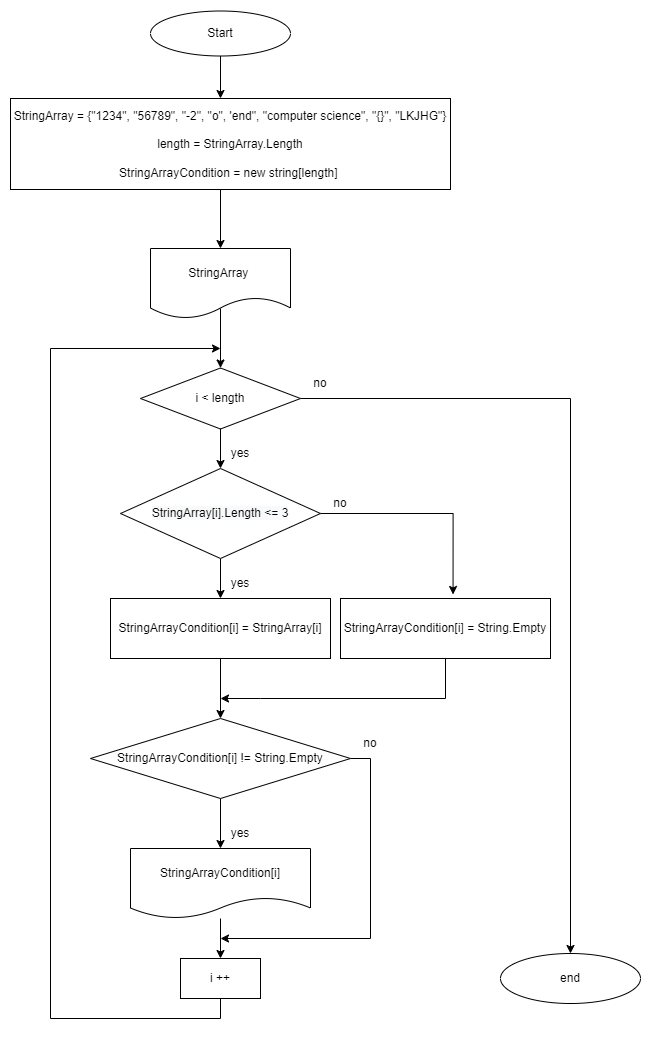
The draw.io diagram Diagram-FinalProject.png in EkaterinaGugina/Final_Project_1quart, before a commit. Source tidied: cells renumbered, new cells last; positions are measured from the earlier drawing's top-left corner, leaving out a move shared by most shapes.
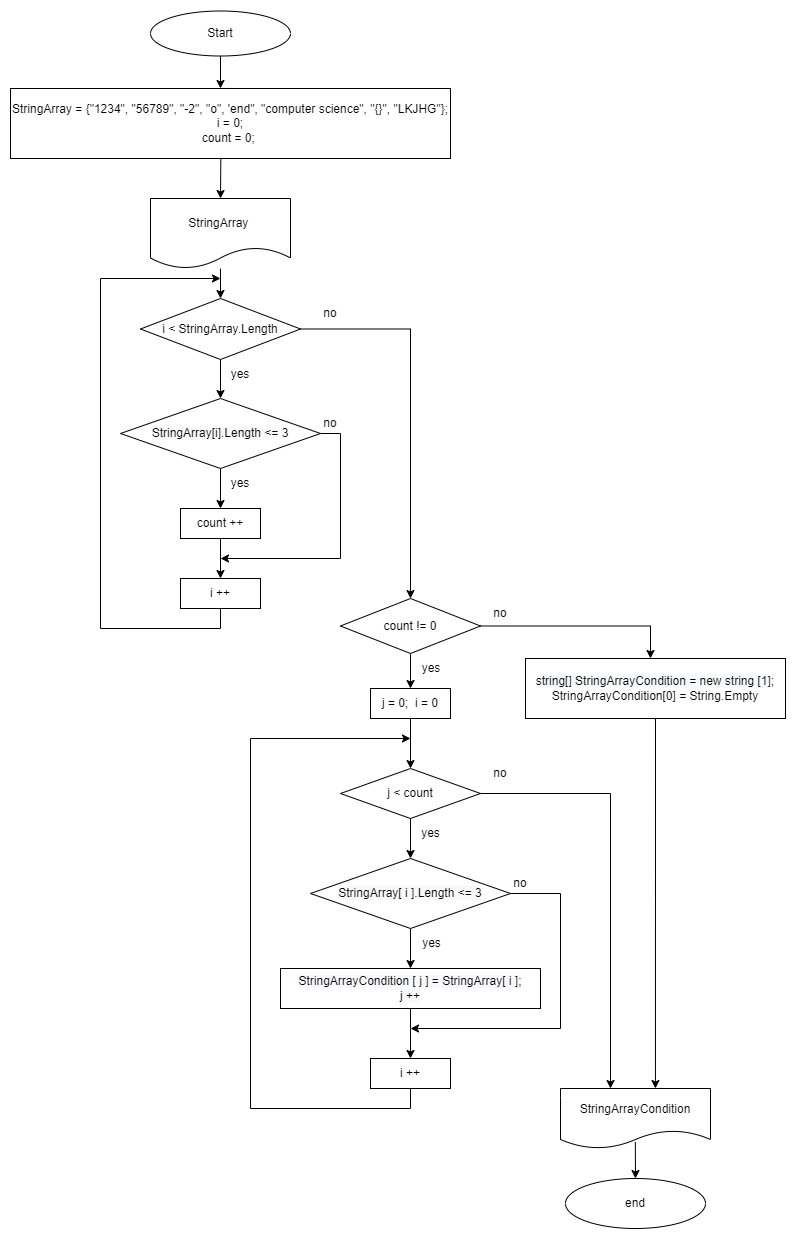
After the commit.

Diff of the diagram source:
```diff
@@ -4,7 +4,7 @@
     <mxCell id="1" parent="0" />
     <mxCell id="2" style="edgeStyle=orthogonalEdgeStyle;rounded=0;jettySize=auto;html=1;" parent="1" edge="1" source="3">
       <mxGeometry relative="1" as="geometry">
-        <mxPoint x="210" y="88" as="targetPoint" />
+        <mxPoint x="210" y="78" as="targetPoint" />
       </mxGeometry>
     </mxCell>
     <mxCell id="3" style="ellipse;whiteSpace=wrap;html=1;" parent="1" vertex="1">
@@ -13,130 +13,193 @@
     <mxCell id="4" value="Start" style="text;html=1;strokeColor=none;fillColor=none;align=center;verticalAlign=middle;whiteSpace=wrap;rounded=0;" parent="1" vertex="1">
       <mxGeometry x="180" y="8" width="60" height="30" as="geometry" />
     </mxCell>
-    <mxCell id="5" style="edgeStyle=orthogonalEdgeStyle;rounded=0;jettySize=auto;html=1;" parent="1" edge="1" target="10">
-      <mxGeometry relative="1" as="geometry">
-        <mxPoint x="210" y="298" as="sourcePoint" />
-      </mxGeometry>
-    </mxCell>
-    <mxCell id="6" style="edgeStyle=orthogonalEdgeStyle;rounded=0;jettySize=auto;html=1;exitX=0.5;exitY=1;exitDx=0;exitDy=0;entryX=0.5;entryY=0;entryDx=0;entryDy=0;" parent="1" edge="1" source="7" target="34">
-      <mxGeometry relative="1" as="geometry">
-        <Array as="points">
-          <mxPoint x="210" y="179" />
-        </Array>
-      </mxGeometry>
+    <mxCell id="6" style="edgeStyle=orthogonalEdgeStyle;rounded=0;jettySize=auto;html=1;exitX=0.478;exitY=1.002;exitDx=0;exitDy=0;entryX=0.5;entryY=0;entryDx=0;entryDy=0;fontSize=12;exitPerimeter=0;" parent="1" edge="1" source="7" target="34">
+      <mxGeometry relative="1" as="geometry" />
     </mxCell>
-    <mxCell id="7" value="StringArray = {&quot;1234&quot;, &quot;56789&quot;, &quot;-2&quot;, &quot;o&quot;, 'end&quot;, &quot;computer science&quot;, &quot;{}&quot;, &quot;LKJHG&quot;}&lt;br&gt;&lt;br&gt;length = StringArray.Length&lt;br&gt;&lt;br&gt;StringArrayCondition = new string[length]&amp;nbsp;" style="whiteSpace=wrap;html=1;" parent="1" vertex="1">
-      <mxGeometry y="88" width="440" height="91" as="geometry" />
+    <mxCell id="7" value="StringArray = {&quot;1234&quot;, &quot;56789&quot;, &quot;-2&quot;, &quot;o&quot;, 'end&quot;, &quot;computer science&quot;, &quot;{}&quot;, &quot;LKJHG&quot;};&lt;br&gt;i = 0;&lt;br&gt;count = 0;&amp;nbsp;" style="whiteSpace=wrap;html=1;" parent="1" vertex="1">
+      <mxGeometry y="78" width="440" height="70" as="geometry" />
     </mxCell>
     <mxCell id="8" style="edgeStyle=orthogonalEdgeStyle;rounded=0;jettySize=auto;html=1;" parent="1" edge="1" source="10" target="17">
       <mxGeometry relative="1" as="geometry" />
     </mxCell>
-    <mxCell id="9" style="edgeStyle=orthogonalEdgeStyle;rounded=0;jettySize=auto;html=1;exitX=1;exitY=0.5;exitDx=0;exitDy=0;entryX=0.5;entryY=0;entryDx=0;entryDy=0;" parent="1" edge="1" source="10" target="27">
+    <mxCell id="9" style="edgeStyle=orthogonalEdgeStyle;rounded=0;jettySize=auto;html=1;exitX=1;exitY=0.5;exitDx=0;exitDy=0;entryX=0.5;entryY=0;entryDx=0;entryDy=0;" parent="1" edge="1" source="10" target="26">
       <mxGeometry relative="1" as="geometry">
         <Array as="points">
-          <mxPoint x="560" y="388" />
+          <mxPoint x="400" y="319" />
         </Array>
       </mxGeometry>
     </mxCell>
-    <mxCell id="10" style="rhombus;whiteSpace=wrap;html=1;" parent="1" vertex="1">
-      <mxGeometry x="130" y="357.5" width="160" height="61" as="geometry" />
-    </mxCell>
-    <mxCell id="11" value="i &amp;lt; length" style="text;html=1;strokeColor=none;fillColor=none;align=center;verticalAlign=middle;whiteSpace=wrap;rounded=0;" parent="1" vertex="1">
-      <mxGeometry x="180" y="372.5" width="60" height="30" as="geometry" />
-    </mxCell>
     <mxCell id="12" style="edgeStyle=orthogonalEdgeStyle;rounded=0;orthogonalLoop=1;jettySize=auto;html=1;exitX=0.5;exitY=1;exitDx=0;exitDy=0;" parent="1" edge="1" source="10" target="10">
       <mxGeometry relative="1" as="geometry" />
     </mxCell>
     <mxCell id="13" value="yes" style="text;html=1;strokeColor=none;fillColor=none;align=center;verticalAlign=middle;whiteSpace=wrap;rounded=0;" parent="1" vertex="1">
-      <mxGeometry x="200" y="428" width="60" height="30" as="geometry" />
+      <mxGeometry x="200" y="349" width="60" height="30" as="geometry" />
     </mxCell>
     <mxCell id="14" value="no" style="text;html=1;strokeColor=none;fillColor=none;align=center;verticalAlign=middle;whiteSpace=wrap;rounded=0;" parent="1" vertex="1">
-      <mxGeometry x="280" y="357.5" width="60" height="30" as="geometry" />
+      <mxGeometry x="290" y="288" width="60" height="30" as="geometry" />
     </mxCell>
     <mxCell id="15" style="edgeStyle=orthogonalEdgeStyle;rounded=0;jettySize=auto;html=1;exitX=0.5;exitY=1;exitDx=0;exitDy=0;entryX=0.5;entryY=0;entryDx=0;entryDy=0;" parent="1" edge="1" source="17" target="21">
       <mxGeometry relative="1" as="geometry" />
     </mxCell>
-    <mxCell id="16" style="edgeStyle=orthogonalEdgeStyle;rounded=0;jettySize=auto;html=1;exitX=1;exitY=0.5;exitDx=0;exitDy=0;entryX=0.536;entryY=-0.067;entryDx=0;entryDy=0;entryPerimeter=0;" parent="1" edge="1" source="17" target="23">
-      <mxGeometry relative="1" as="geometry">
-        <Array as="points">
-          <mxPoint x="443" y="503" />
-        </Array>
-      </mxGeometry>
-    </mxCell>
+    <mxCell id="35" style="edgeStyle=orthogonalEdgeStyle;rounded=0;jettySize=auto;html=1;exitX=1;exitY=0.5;exitDx=0;exitDy=0;fontSize=12;" parent="1" edge="1" source="17">
+      <mxGeometry relative="1" as="geometry">
+        <mxPoint x="210" y="548" as="targetPoint" />
+        <Array as="points">
+          <mxPoint x="330" y="423" />
+          <mxPoint x="330" y="548" />
+        </Array>
+      </mxGeometry>
+    </mxCell>
     <mxCell id="17" value="&lt;span style=&quot;color: rgb(0, 0, 0); font-family: Helvetica; font-size: 12px; font-style: normal; font-variant-ligatures: normal; font-variant-caps: normal; font-weight: 400; letter-spacing: normal; orphans: 2; text-align: center; text-indent: 0px; text-transform: none; widows: 2; word-spacing: 0px; -webkit-text-stroke-width: 0px; background-color: rgb(248, 249, 250); text-decoration-thickness: initial; text-decoration-style: initial; text-decoration-color: initial; float: none; display: inline !important;&quot;&gt;StringArray[i].Length &amp;lt;= 3&lt;/span&gt;" style="rhombus;whiteSpace=wrap;html=1;" parent="1" vertex="1">
-      <mxGeometry x="110" y="458" width="200" height="90" as="geometry" />
+      <mxGeometry x="110" y="388" width="200" height="70" as="geometry" />
     </mxCell>
     <mxCell id="18" value="yes" style="text;html=1;strokeColor=none;fillColor=none;align=center;verticalAlign=middle;whiteSpace=wrap;rounded=0;" parent="1" vertex="1">
-      <mxGeometry x="200" y="558" width="60" height="30" as="geometry" />
+      <mxGeometry x="200" y="458" width="60" height="30" as="geometry" />
     </mxCell>
     <mxCell id="19" value="no" style="text;html=1;strokeColor=none;fillColor=none;align=center;verticalAlign=middle;whiteSpace=wrap;rounded=0;" parent="1" vertex="1">
-      <mxGeometry x="300" y="478" width="60" height="30" as="geometry" />
+      <mxGeometry x="290" y="398" width="60" height="30" as="geometry" />
     </mxCell>
-    <mxCell id="20" style="edgeStyle=orthogonalEdgeStyle;rounded=0;jettySize=auto;html=1;exitX=0.5;exitY=1;exitDx=0;exitDy=0;entryX=0.5;entryY=0;entryDx=0;entryDy=0;" parent="1" edge="1" source="21" target="26">
-      <mxGeometry relative="1" as="geometry" />
-    </mxCell>
+    <mxCell id="36" style="edgeStyle=orthogonalEdgeStyle;rounded=0;jettySize=auto;html=1;exitX=0.5;exitY=1;exitDx=0;exitDy=0;entryX=0.5;entryY=0;entryDx=0;entryDy=0;fontSize=12;" parent="1" edge="1" source="21" target="49">
+      <mxGeometry relative="1" as="geometry" />
+    </mxCell>
-    <mxCell id="21" value="StringArrayCondition[i] = StringArray[i]" style="rounded=0;whiteSpace=wrap;html=1;" parent="1" vertex="1">
-      <mxGeometry x="100" y="588" width="220" height="60" as="geometry" />
+    <mxCell id="21" value="count ++" style="rounded=0;whiteSpace=wrap;html=1;" parent="1" vertex="1">
+      <mxGeometry x="170" y="498" width="80" height="30" as="geometry" />
     </mxCell>
-    <mxCell id="22" style="edgeStyle=orthogonalEdgeStyle;rounded=0;jettySize=auto;html=1;exitX=0.5;exitY=1;exitDx=0;exitDy=0;" parent="1" edge="1" source="23">
-      <mxGeometry relative="1" as="geometry">
-        <mxPoint x="210" y="688" as="targetPoint" />
-        <Array as="points">
-          <mxPoint x="435" y="688" />
-          <mxPoint x="250" y="688" />
-        </Array>
-      </mxGeometry>
-    </mxCell>
-    <mxCell id="23" value="StringArrayCondition[i] = String.Empty" style="rounded=0;whiteSpace=wrap;html=1;" parent="1" vertex="1">
-      <mxGeometry x="330" y="588" width="210" height="60" as="geometry" />
-    </mxCell>
-    <mxCell id="24" style="edgeStyle=orthogonalEdgeStyle;rounded=0;jettySize=auto;html=1;entryX=0.5;entryY=0;entryDx=0;entryDy=0;" parent="1" edge="1" source="26" target="31">
-      <mxGeometry relative="1" as="geometry" />
-    </mxCell>
-    <mxCell id="25" style="edgeStyle=orthogonalEdgeStyle;rounded=0;jettySize=auto;html=1;exitX=1;exitY=0.5;exitDx=0;exitDy=0;" parent="1" edge="1" source="26">
-      <mxGeometry relative="1" as="geometry">
-        <mxPoint x="210" y="928" as="targetPoint" />
-        <Array as="points">
-          <mxPoint x="360" y="748" />
-          <mxPoint x="360" y="928" />
-        </Array>
-      </mxGeometry>
-    </mxCell>
+    <mxCell id="37" style="edgeStyle=orthogonalEdgeStyle;rounded=0;jettySize=auto;html=1;" parent="1" edge="1" source="26">
+      <mxGeometry relative="1" as="geometry">
+        <mxPoint x="400" y="678" as="targetPoint" />
+      </mxGeometry>
+    </mxCell>
+    <mxCell id="38" style="edgeStyle=orthogonalEdgeStyle;rounded=0;jettySize=auto;html=1;exitX=1;exitY=0.5;exitDx=0;exitDy=0;fontSize=12;" parent="1" edge="1" source="26">
+      <mxGeometry relative="1" as="geometry">
+        <mxPoint x="640" y="648" as="targetPoint" />
+        <Array as="points">
+          <mxPoint x="640" y="616" />
+        </Array>
+      </mxGeometry>
+    </mxCell>
-    <mxCell id="26" value="StringArrayCondition[i] != String.Empty" style="rhombus;whiteSpace=wrap;html=1;" parent="1" vertex="1">
-      <mxGeometry x="80" y="708" width="260" height="80" as="geometry" />
+    <mxCell id="26" value="count != 0" style="rhombus;whiteSpace=wrap;html=1;" parent="1" vertex="1">
+      <mxGeometry x="330" y="588" width="140" height="55" as="geometry" />
     </mxCell>
     <mxCell id="27" value="end" style="ellipse;whiteSpace=wrap;html=1;" parent="1" vertex="1">
-      <mxGeometry x="490" y="943" width="140" height="50" as="geometry" />
+      <mxGeometry x="555" y="1168" width="140" height="50" as="geometry" />
     </mxCell>
-    <mxCell id="28" value="yes" style="text;html=1;strokeColor=none;fillColor=none;align=center;verticalAlign=middle;whiteSpace=wrap;rounded=0;" parent="1" vertex="1">
-      <mxGeometry x="200" y="808" width="60" height="30" as="geometry" />
-    </mxCell>
     <mxCell id="29" value="no" style="text;html=1;strokeColor=none;fillColor=none;align=center;verticalAlign=middle;whiteSpace=wrap;rounded=0;" parent="1" vertex="1">
-      <mxGeometry x="330" y="718" width="60" height="30" as="geometry" />
+      <mxGeometry x="460" y="588" width="60" height="30" as="geometry" />
     </mxCell>
-    <mxCell id="30" style="edgeStyle=orthogonalEdgeStyle;rounded=0;jettySize=auto;html=1;" parent="1" edge="1" source="31">
-      <mxGeometry relative="1" as="geometry">
-        <mxPoint x="210" y="948" as="targetPoint" />
-      </mxGeometry>
-    </mxCell>
+    <mxCell id="39" style="edgeStyle=orthogonalEdgeStyle;rounded=0;jettySize=auto;html=1;fontSize=12;exitX=0.499;exitY=0.891;exitDx=0;exitDy=0;exitPerimeter=0;entryX=0.5;entryY=0;entryDx=0;entryDy=0;" parent="1" edge="1" source="31" target="27">
+      <mxGeometry relative="1" as="geometry" />
+    </mxCell>
-    <mxCell id="31" value="StringArrayCondition[i]" style="shape=document;whiteSpace=wrap;html=1;boundedLbl=1;" parent="1" vertex="1">
-      <mxGeometry x="120" y="838" width="180" height="70" as="geometry" />
+    <mxCell id="31" value="StringArrayCondition" style="shape=document;whiteSpace=wrap;html=1;boundedLbl=1;" parent="1" vertex="1">
+      <mxGeometry x="550" y="1078" width="150" height="60" as="geometry" />
     </mxCell>
-    <mxCell id="32" style="edgeStyle=orthogonalEdgeStyle;rounded=0;jettySize=auto;html=1;" parent="1" edge="1" source="33">
-      <mxGeometry relative="1" as="geometry">
-        <mxPoint x="210" y="338" as="targetPoint" />
-        <Array as="points">
-          <mxPoint x="210" y="1008" />
-          <mxPoint x="40" y="1008" />
-          <mxPoint x="40" y="338" />
-        </Array>
-      </mxGeometry>
-    </mxCell>
+    <mxCell id="40" style="edgeStyle=orthogonalEdgeStyle;rounded=0;jettySize=auto;html=1;" parent="1" edge="1" source="33">
+      <mxGeometry relative="1" as="geometry">
+        <mxPoint x="400" y="758" as="targetPoint" />
+      </mxGeometry>
+    </mxCell>
-    <mxCell id="33" value="i ++" style="rounded=0;whiteSpace=wrap;html=1;" parent="1" vertex="1">
-      <mxGeometry x="170" y="948" width="80" height="40" as="geometry" />
+    <mxCell id="33" value="j = 0;&amp;nbsp; i = 0" style="rounded=0;whiteSpace=wrap;html=1;" parent="1" vertex="1">
+      <mxGeometry x="360" y="678" width="80" height="30" as="geometry" />
     </mxCell>
+    <mxCell id="41" style="edgeStyle=orthogonalEdgeStyle;rounded=0;jettySize=auto;html=1;fontSize=12;" parent="1" edge="1" source="34" target="10">
+      <mxGeometry relative="1" as="geometry" />
+    </mxCell>
     <mxCell id="34" value="StringArray&amp;nbsp;" style="shape=document;whiteSpace=wrap;html=1;boundedLbl=1;" parent="1" vertex="1">
-      <mxGeometry x="140" y="238" width="140" height="70" as="geometry" />
+      <mxGeometry x="140" y="188" width="140" height="70" as="geometry" />
     </mxCell>
+    <mxCell id="42" style="edgeStyle=orthogonalEdgeStyle;rounded=0;jettySize=auto;html=1;entryX=0.5;entryY=0;entryDx=0;entryDy=0;" parent="1" edge="1" source="44" target="54">
+      <mxGeometry relative="1" as="geometry" />
+    </mxCell>
+    <mxCell id="43" style="edgeStyle=orthogonalEdgeStyle;rounded=0;jettySize=auto;html=1;exitX=1;exitY=0.5;exitDx=0;exitDy=0;fontSize=12;" parent="1" edge="1" source="44">
+      <mxGeometry relative="1" as="geometry">
+        <mxPoint x="600" y="1078" as="targetPoint" />
+        <Array as="points">
+          <mxPoint x="600" y="783" />
+        </Array>
+      </mxGeometry>
+    </mxCell>
+    <mxCell id="44" value="j &amp;lt; count" style="rhombus;whiteSpace=wrap;html=1;" parent="1" vertex="1">
+      <mxGeometry x="330" y="758" width="140" height="50" as="geometry" />
+    </mxCell>
+    <mxCell id="45" value="no" style="text;html=1;strokeColor=none;fillColor=none;align=center;verticalAlign=middle;whiteSpace=wrap;rounded=0;" parent="1" vertex="1">
+      <mxGeometry x="480" y="858" width="60" height="30" as="geometry" />
+    </mxCell>
+    <mxCell id="46" value="yes" style="text;html=1;strokeColor=none;fillColor=none;align=center;verticalAlign=middle;whiteSpace=wrap;rounded=0;" parent="1" vertex="1">
+      <mxGeometry x="390" y="808" width="61" height="30" as="geometry" />
+    </mxCell>
+    <mxCell id="47" value="yes" style="text;html=1;strokeColor=none;fillColor=none;align=center;verticalAlign=middle;whiteSpace=wrap;rounded=0;" parent="1" vertex="1">
+      <mxGeometry x="391" y="643" width="60" height="30" as="geometry" />
+    </mxCell>
+    <mxCell id="48" style="edgeStyle=orthogonalEdgeStyle;rounded=0;jettySize=auto;html=1;exitX=0.5;exitY=1;exitDx=0;exitDy=0;fontSize=12;" parent="1" edge="1" source="49">
+      <mxGeometry relative="1" as="geometry">
+        <mxPoint x="210" y="268" as="targetPoint" />
+        <Array as="points">
+          <mxPoint x="210" y="618" />
+          <mxPoint x="90" y="618" />
+          <mxPoint x="90" y="268" />
+        </Array>
+      </mxGeometry>
+    </mxCell>
+    <mxCell id="49" value="i ++" style="rounded=0;whiteSpace=wrap;html=1;" parent="1" vertex="1">
+      <mxGeometry x="170" y="568" width="80" height="30" as="geometry" />
+    </mxCell>
+    <mxCell id="50" style="edgeStyle=orthogonalEdgeStyle;rounded=0;jettySize=auto;html=1;exitX=0.5;exitY=1;exitDx=0;exitDy=0;fontSize=12;entryX=0.633;entryY=0;entryDx=0;entryDy=0;entryPerimeter=0;" parent="1" edge="1" source="51" target="31">
+      <mxGeometry relative="1" as="geometry" />
+    </mxCell>
+    <mxCell id="51" value="&lt;span style=&quot;color: rgb(0, 0, 0); font-family: Helvetica; font-size: 12px; font-style: normal; font-variant-ligatures: normal; font-variant-caps: normal; font-weight: 400; letter-spacing: normal; orphans: 2; text-align: center; text-indent: 0px; text-transform: none; widows: 2; word-spacing: 0px; -webkit-text-stroke-width: 0px; background-color: rgb(248, 249, 250); text-decoration-thickness: initial; text-decoration-style: initial; text-decoration-color: initial; float: none; display: inline !important;&quot;&gt;string[] StringArrayCondition = new string [1];&lt;br&gt;&lt;/span&gt;StringArrayCondition[0] = String.Empty" style="rounded=0;whiteSpace=wrap;html=1;" parent="1" vertex="1">
+      <mxGeometry x="515" y="648" width="260" height="60" as="geometry" />
+    </mxCell>
+    <mxCell id="52" style="edgeStyle=orthogonalEdgeStyle;rounded=0;jettySize=auto;html=1;" parent="1" edge="1" source="54">
+      <mxGeometry relative="1" as="geometry">
+        <mxPoint x="400" y="1018" as="targetPoint" />
+        <Array as="points">
+          <mxPoint x="550" y="883" />
+          <mxPoint x="550" y="1018" />
+          <mxPoint x="400" y="1018" />
+        </Array>
+      </mxGeometry>
+    </mxCell>
+    <mxCell id="53" style="edgeStyle=orthogonalEdgeStyle;rounded=0;jettySize=auto;html=1;" parent="1" edge="1" source="54">
+      <mxGeometry relative="1" as="geometry">
+        <mxPoint x="400" y="958" as="targetPoint" />
+      </mxGeometry>
+    </mxCell>
+    <mxCell id="54" value="&lt;span style=&quot;color: rgb(0, 0, 0); font-family: Helvetica; font-size: 12px; font-style: normal; font-variant-ligatures: normal; font-variant-caps: normal; font-weight: 400; letter-spacing: normal; orphans: 2; text-align: center; text-indent: 0px; text-transform: none; widows: 2; word-spacing: 0px; -webkit-text-stroke-width: 0px; background-color: rgb(248, 249, 250); text-decoration-thickness: initial; text-decoration-style: initial; text-decoration-color: initial; float: none; display: inline !important;&quot;&gt;StringArray[ i ].Length &amp;lt;= 3&lt;/span&gt;" style="rhombus;whiteSpace=wrap;html=1;" parent="1" vertex="1">
+      <mxGeometry x="300" y="848" width="200" height="70" as="geometry" />
+    </mxCell>
+    <mxCell id="55" style="edgeStyle=orthogonalEdgeStyle;rounded=0;jettySize=auto;html=1;fontSize=12;" parent="1" edge="1" source="56">
+      <mxGeometry relative="1" as="geometry">
+        <mxPoint x="400" y="1048" as="targetPoint" />
+        <Array as="points">
+          <mxPoint x="400" y="1018" />
+          <mxPoint x="400" y="1018" />
+        </Array>
+      </mxGeometry>
+    </mxCell>
+    <mxCell id="56" value="&lt;font style=&quot;font-size: 12px;&quot;&gt;&lt;span style=&quot;color: rgb(0, 0, 0); font-family: Helvetica; font-style: normal; font-variant-ligatures: normal; font-variant-caps: normal; font-weight: 400; letter-spacing: normal; orphans: 2; text-align: center; text-indent: 0px; text-transform: none; widows: 2; word-spacing: 0px; -webkit-text-stroke-width: 0px; text-decoration-thickness: initial; text-decoration-style: initial; text-decoration-color: initial; background-color: rgb(248, 249, 250); float: none; display: inline !important;&quot;&gt;StringArrayCondition [ j ] = String&lt;/span&gt;&lt;span style=&quot;color: rgb(0, 0, 0); font-family: Helvetica; font-style: normal; font-variant-ligatures: normal; font-variant-caps: normal; font-weight: 400; letter-spacing: normal; orphans: 2; text-align: center; text-indent: 0px; text-transform: none; widows: 2; word-spacing: 0px; -webkit-text-stroke-width: 0px; background-color: rgb(248, 249, 250); text-decoration-thickness: initial; text-decoration-style: initial; text-decoration-color: initial; float: none; display: inline !important;&quot;&gt;Array[ i ];&lt;br&gt;j ++&lt;br&gt;&lt;/span&gt;&lt;/font&gt;" style="whiteSpace=wrap;html=1;" parent="1" vertex="1">
+      <mxGeometry x="270" y="958" width="260" height="40" as="geometry" />
+    </mxCell>
+    <mxCell id="57" value="yes" style="text;html=1;strokeColor=none;fillColor=none;align=center;verticalAlign=middle;whiteSpace=wrap;rounded=0;" parent="1" vertex="1">
+      <mxGeometry x="391" y="918" width="61" height="30" as="geometry" />
+    </mxCell>
+    <mxCell id="58" value="no" style="text;html=1;strokeColor=none;fillColor=none;align=center;verticalAlign=middle;whiteSpace=wrap;rounded=0;" parent="1" vertex="1">
+      <mxGeometry x="460" y="748" width="60" height="30" as="geometry" />
+    </mxCell>
+    <mxCell id="59" style="edgeStyle=orthogonalEdgeStyle;rounded=0;jettySize=auto;html=1;exitX=0.5;exitY=1;exitDx=0;exitDy=0;fontSize=12;" parent="1" edge="1" source="60">
+      <mxGeometry relative="1" as="geometry">
+        <mxPoint x="400" y="728" as="targetPoint" />
+        <Array as="points">
+          <mxPoint x="400" y="1098" />
+          <mxPoint x="240" y="1098" />
+          <mxPoint x="240" y="728" />
+        </Array>
+      </mxGeometry>
+    </mxCell>
+    <mxCell id="60" value="i ++" style="whiteSpace=wrap;html=1;" parent="1" vertex="1">
+      <mxGeometry x="360" y="1048" width="80" height="30" as="geometry" />
+    </mxCell>
+    <mxCell id="10" value="i &amp;lt; StringArray.Length" style="rhombus;whiteSpace=wrap;html=1;" parent="1" vertex="1">
+      <mxGeometry x="130" y="288" width="160" height="61" as="geometry" />
+    </mxCell>
   </root>
 </mxGraphModel>
```
